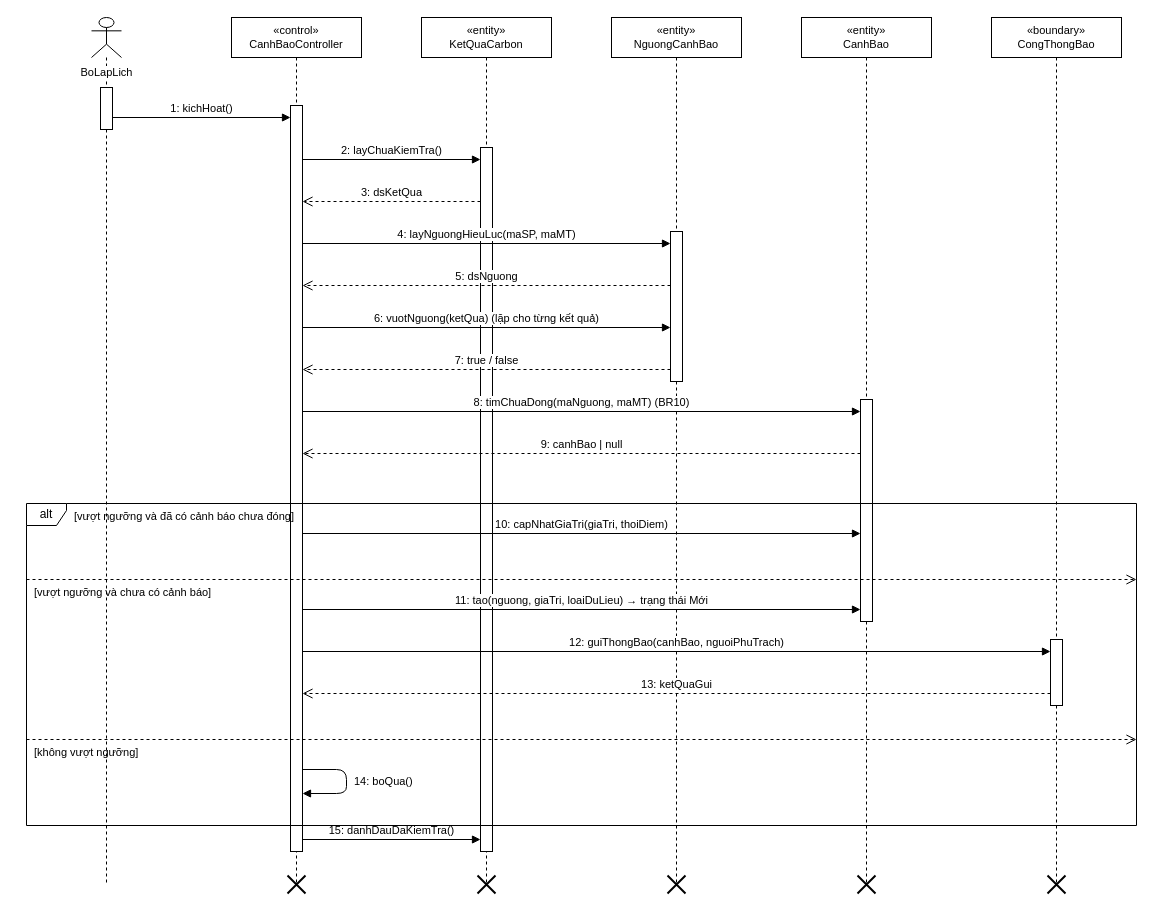
Above: docs/diagrams/03_TuanTu/UC_GD_015_Sequence_CanhBaoVuotNguong.drawio in TranThienNhan8279/GreenDash (draw.io), before the change. Source tidied: cells renumbered, new cells numbered last; positions are measured from the earlier drawing's top-left corner, leaving out a move shared by most shapes. Both pictures are drawn from the tidied source at 100%, with x=0, y=0 at pixel (26, 17).
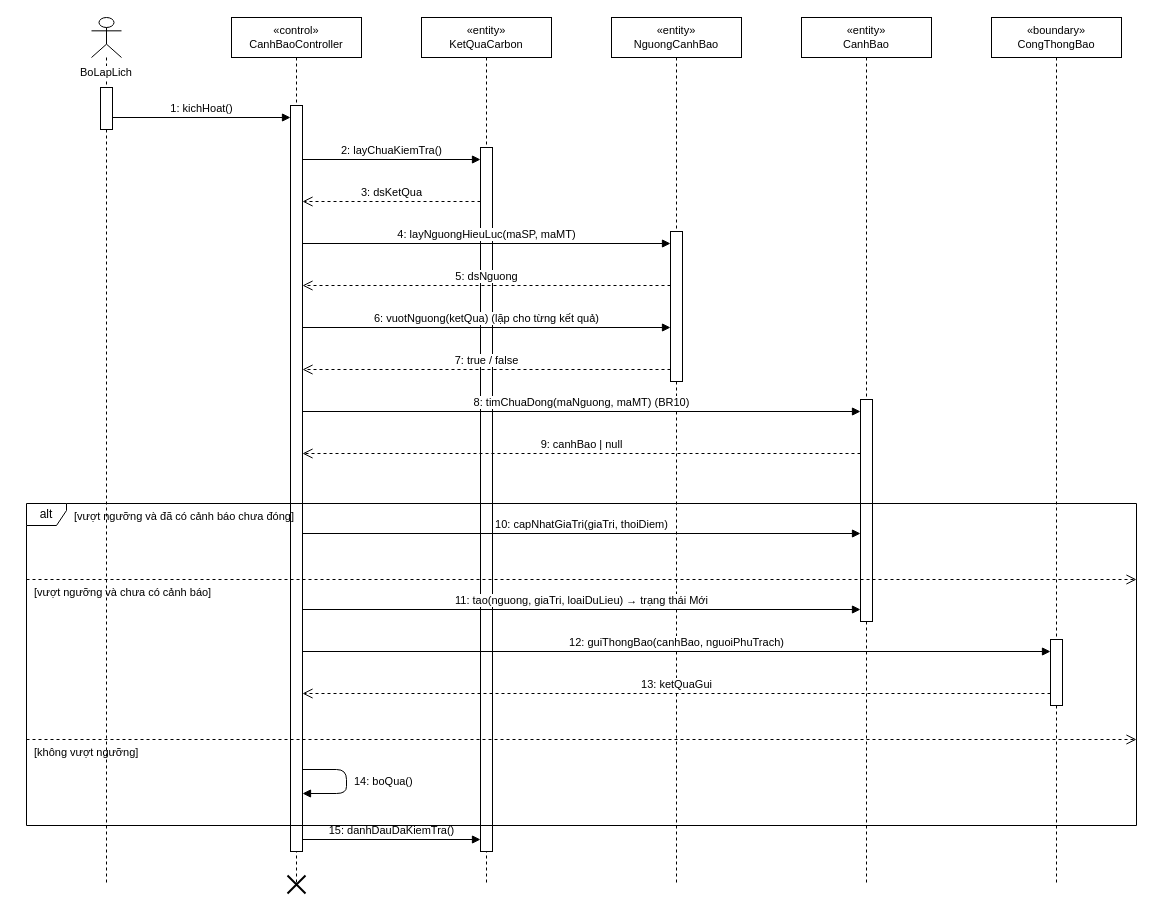
Above is the later version.

The edit, as a diff of the source:
```diff
@@
-    <mxCell id="2" value="BoLapLich" style="shape=umlLifeline;participant=umlActor;verticalAlign=top;spacingTop=42;labelBackgroundColor=#ffffff;perimeter=lifelinePerimeter;whiteSpace=nowrap;html=1;fontSize=11;" parent="1" vertex="1">
+    <mxCell id="2" value="BoLapLich" style="shape=umlLifeline;participant=umlActor;verticalAlign=top;spacingTop=42;labelBackgroundColor=#ffffff;perimeter=lifelinePerimeter;whiteSpace=wrap;html=1;fontSize=11;" parent="1" vertex="1">
       <mxGeometry x="65" width="30" height="867" as="geometry" />
     </mxCell>
@@
-    <mxCell id="12" style="shape=umlDestroy;html=1;strokeWidth=2;strokeColor=#000000;" parent="1" vertex="1">
-      <mxGeometry x="451" y="858" width="18" height="18" as="geometry" />
-    </mxCell>
@@
-    <mxCell id="14" style="shape=umlDestroy;html=1;strokeWidth=2;strokeColor=#000000;" parent="1" vertex="1">
-      <mxGeometry x="641" y="858" width="18" height="18" as="geometry" />
-    </mxCell>
@@
-    <mxCell id="16" style="shape=umlDestroy;html=1;strokeWidth=2;strokeColor=#000000;" parent="1" vertex="1">
-      <mxGeometry x="831" y="858" width="18" height="18" as="geometry" />
-    </mxCell>
@@
-    <mxCell id="18" style="shape=umlDestroy;html=1;strokeWidth=2;strokeColor=#000000;" parent="1" vertex="1">
-      <mxGeometry x="1021" y="858" width="18" height="18" as="geometry" />
-    </mxCell>
```
